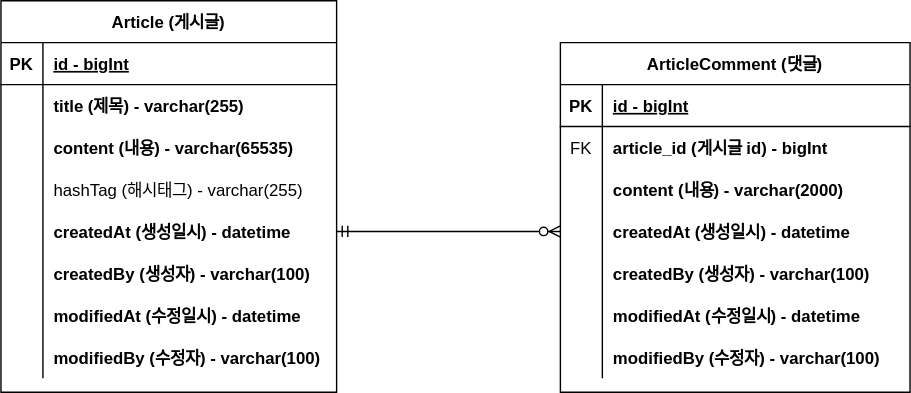
Before: document/project-board-erd.svg, a diagram exported from draw.io (S-Onix/custom-board-project). Source tidied: cells renumbered, new cells last; positions are measured from the earlier drawing's top-left corner, leaving out a move shared by most shapes.
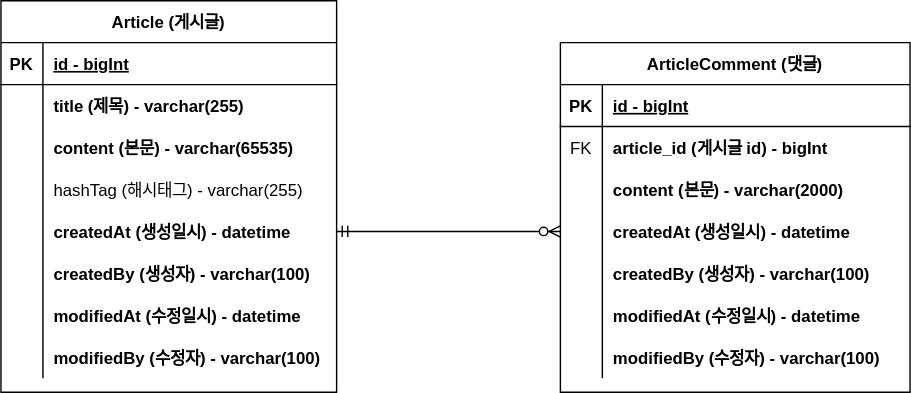
After the change.

Commit message:
#7 - ERD 컬럼명 수정 : project-borad-erd.svg

What changed in the source:
```diff
@@ -29,7 +29,7 @@
     <mxCell id="10" style="shape=partialRectangle;overflow=hidden;fillColor=none;top=0;left=0;bottom=0;right=0;" parent="9" vertex="1">
       <mxGeometry width="30" height="30" as="geometry" />
     </mxCell>
-    <mxCell id="11" value="content (내용) - varchar(65535)" style="shape=partialRectangle;overflow=hidden;fillColor=none;top=0;left=0;bottom=0;right=0;align=left;spacingLeft=6;fontStyle=1;" parent="9" vertex="1">
+    <mxCell id="11" value="content (본문) - varchar(65535)" style="shape=partialRectangle;overflow=hidden;fillColor=none;top=0;left=0;bottom=0;right=0;align=left;spacingLeft=6;fontStyle=1;" parent="9" vertex="1">
       <mxGeometry x="30" width="210" height="30" as="geometry" />
     </mxCell>
     <mxCell id="12" style="shape=partialRectangle;fillColor=none;top=0;left=0;right=0;bottom=0;" parent="2" vertex="1">
@@ -104,7 +104,7 @@
     <mxCell id="35" style="shape=partialRectangle;overflow=hidden;fillColor=none;top=0;left=0;bottom=0;right=0;" parent="34" vertex="1">
       <mxGeometry width="30" height="30" as="geometry" />
     </mxCell>
-    <mxCell id="36" value="content (내용) - varchar(2000)" style="shape=partialRectangle;overflow=hidden;fillColor=none;top=0;left=0;bottom=0;right=0;align=left;spacingLeft=6;fontStyle=1;" parent="34" vertex="1">
+    <mxCell id="36" value="content (본문) - varchar(2000)" style="shape=partialRectangle;overflow=hidden;fillColor=none;top=0;left=0;bottom=0;right=0;align=left;spacingLeft=6;fontStyle=1;" parent="34" vertex="1">
       <mxGeometry x="30" width="220" height="30" as="geometry" />
     </mxCell>
     <mxCell id="37" style="shape=partialRectangle;fillColor=none;points=[[0,0.5],[1,0.5]];portConstraint=eastwest;top=0;left=0;right=0;bottom=0;" parent="27" vertex="1">
```
